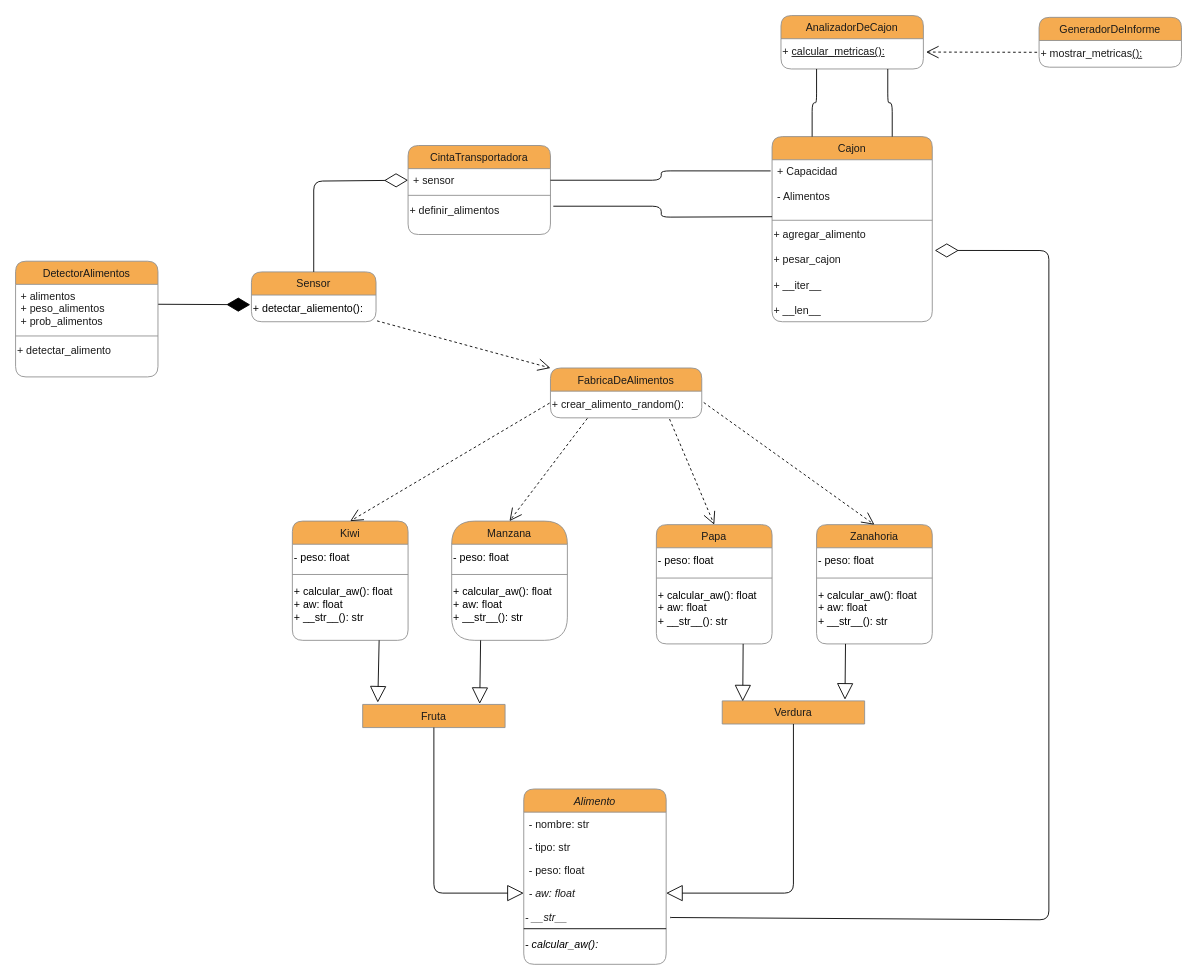
Above: TrabajoPractico_2/proyecto_2.2/docs/UML 2.2.drawio in AgustinG178/pa_2025c1_practica (draw.io), before the change. Source tidied: cells renumbered, new cells numbered last; positions are measured from the earlier drawing's top-left corner, leaving out a move shared by most shapes. Both pictures are drawn from the tidied source at 89%, with x=0, y=0 at pixel (15, 15).
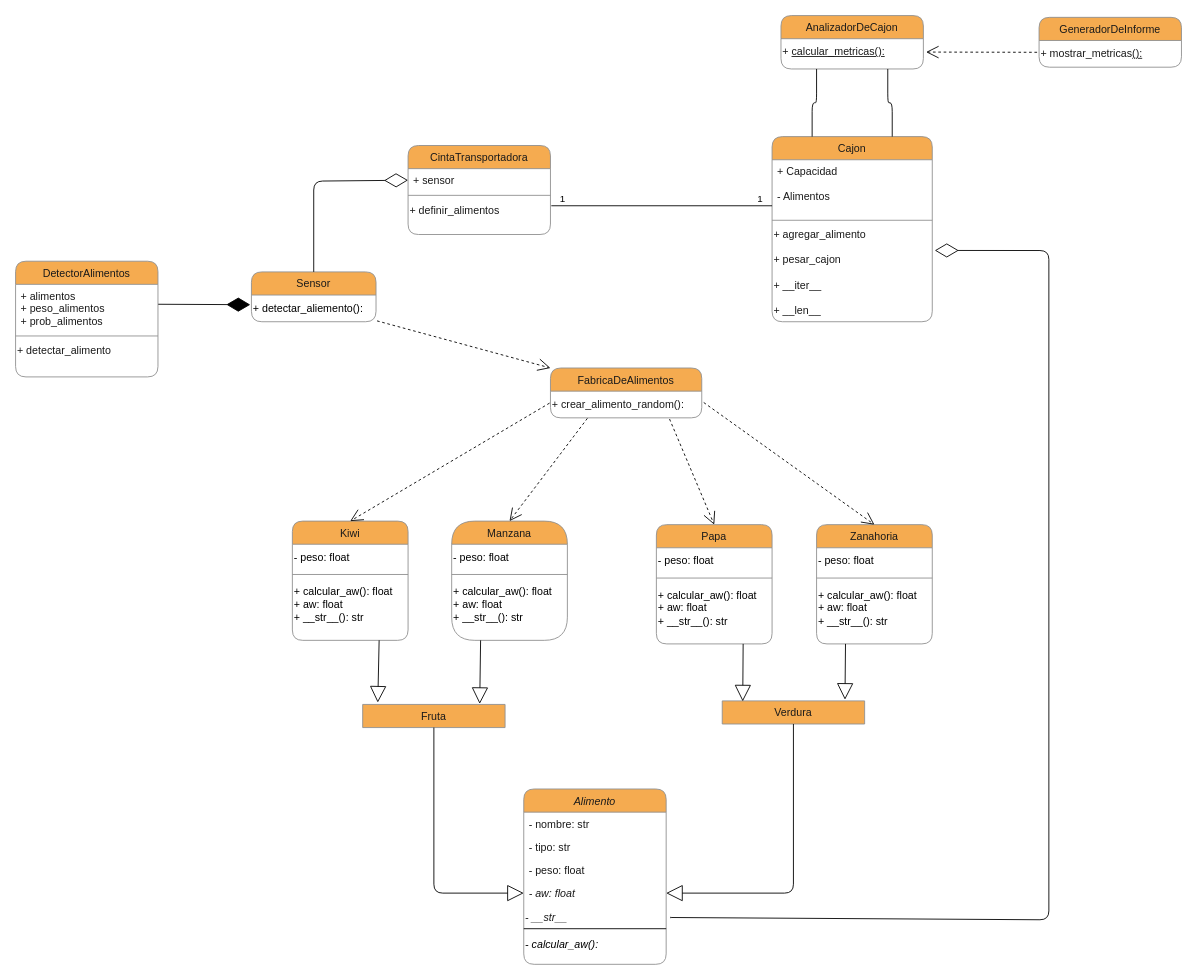
The same page after the edit.

Commit message:
agrego cardinalidad al UML

The change refers to these unchanged cells:
```xml
<mxCell id="3" value="+ sensor" style="text;align=left;verticalAlign=top;spacingLeft=4;spacingRight=4;overflow=hidden;points=[[0,0.5],[1,0.5]];portConstraint=eastwest;fontStyle=0;labelBackgroundColor=none;fontColor=#1A1A1A;rounded=1;" parent="2" vertex="1">
  <mxGeometry y="26" width="160" height="26" as="geometry" />
</mxCell>
<mxCell id="5" value="&lt;span style=&quot;color: rgb(26, 26, 26);&quot;&gt;+ definir_alimentos&lt;/span&gt;&lt;div&gt;&lt;span style=&quot;color: rgb(26, 26, 26);&quot;&gt;&lt;br&gt;&lt;/span&gt;&lt;/div&gt;" style="text;html=1;align=left;verticalAlign=middle;points=[];strokeColor=none;fillColor=none;rounded=1;" parent="2" vertex="1">
  <mxGeometry y="60" width="160" height="40" as="geometry" />
</mxCell>
<mxCell id="7" value="+ Capacidad&#10;&#10;- Alimentos" style="text;align=left;verticalAlign=top;spacingLeft=4;spacingRight=4;overflow=hidden;points=[[0,0.5],[1,0.5]];portConstraint=eastwest;labelBackgroundColor=none;fontColor=#1A1A1A;rounded=1;" parent="6" vertex="1">
  <mxGeometry y="26" width="180" height="64" as="geometry" />
</mxCell>
```

Diff of the diagram source:
```diff
@@
-    <mxCell id="50" style="endArrow=none;html=1;edgeStyle=orthogonalEdgeStyle;exitX=1.02;exitY=0.205;exitDx=0;exitDy=0;exitPerimeter=0;rounded=1;" parent="1" edge="1" source="5">
-      <mxGeometry relative="1" as="geometry">
-        <mxPoint x="850" y="226" as="targetPoint" />
-      </mxGeometry>
-    </mxCell>
-    <mxCell id="51" style="endArrow=none;html=1;edgeStyle=orthogonalEdgeStyle;entryX=-0.009;entryY=0.196;entryDx=0;entryDy=0;entryPerimeter=0;exitX=1;exitY=0.5;exitDx=0;exitDy=0;rounded=1;" parent="1" edge="1" source="3" target="7">
-      <mxGeometry relative="1" as="geometry" />
-    </mxCell>
@@
+    <mxCell id="67" style="endArrow=none;html=1;edgeStyle=orthogonalEdgeStyle;exitX=1.006;exitY=0.192;exitDx=0;exitDy=0;exitPerimeter=0;entryX=0;entryY=0.808;entryDx=0;entryDy=0;entryPerimeter=0;" parent="1" edge="1" source="5" target="7">
+      <mxGeometry relative="1" as="geometry" />
+    </mxCell>
+    <mxCell id="68" value="1" style="edgeLabel;html=1;align=left;verticalAlign=bottom;" parent="67" vertex="1">
+      <mxGeometry x="-1" relative="1" as="geometry">
+        <mxPoint x="8" as="offset" />
+      </mxGeometry>
+    </mxCell>
+    <mxCell id="69" value="1" style="edgeLabel;html=1;align=right;verticalAlign=bottom;" parent="67" vertex="1">
+      <mxGeometry x="1" relative="1" as="geometry">
+        <mxPoint x="-10" as="offset" />
+      </mxGeometry>
+    </mxCell>
```
